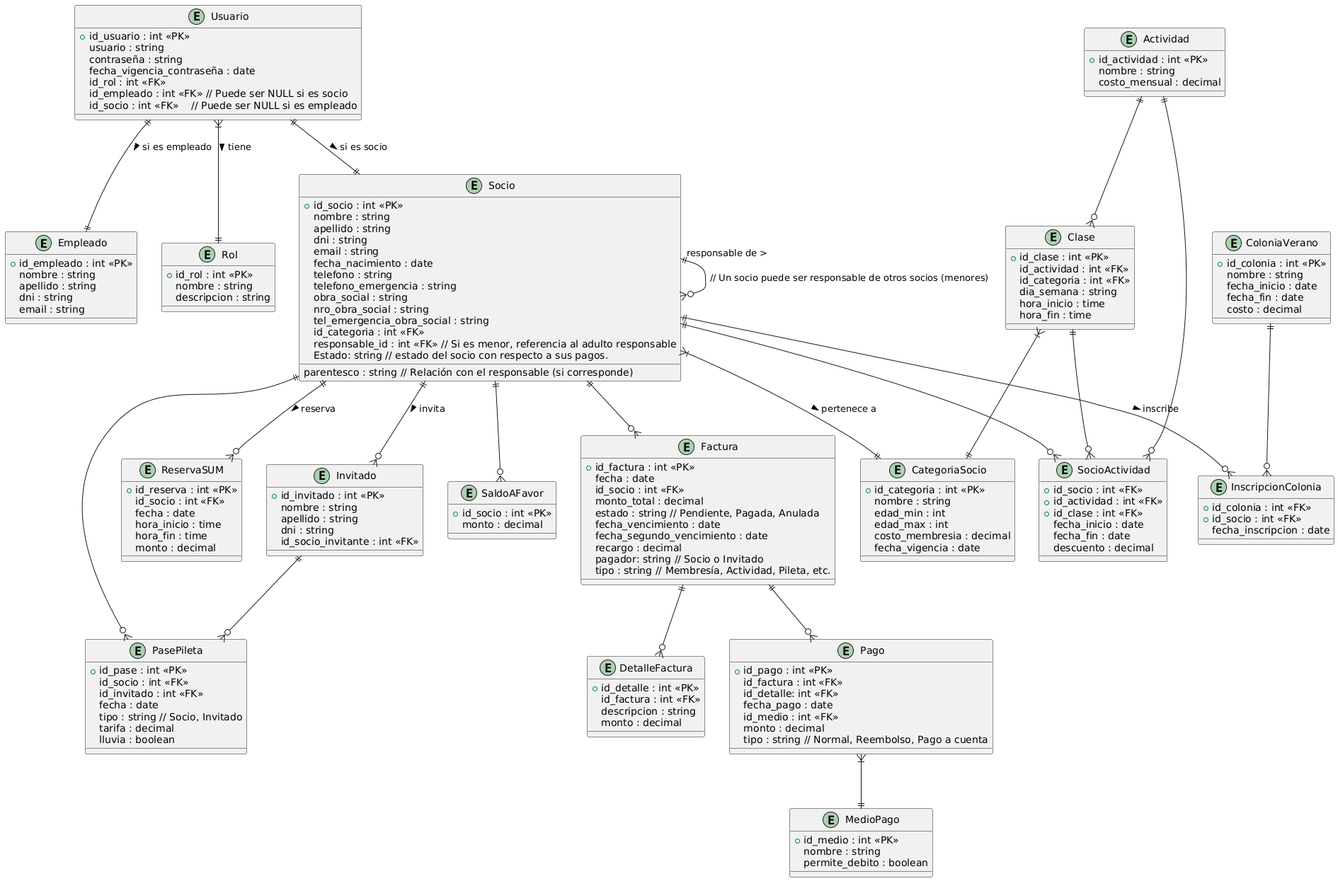
The PlantUML diagram Com2900_Grupo15_Entrega3.png in jeremias256/g15ddbba, before a commit.
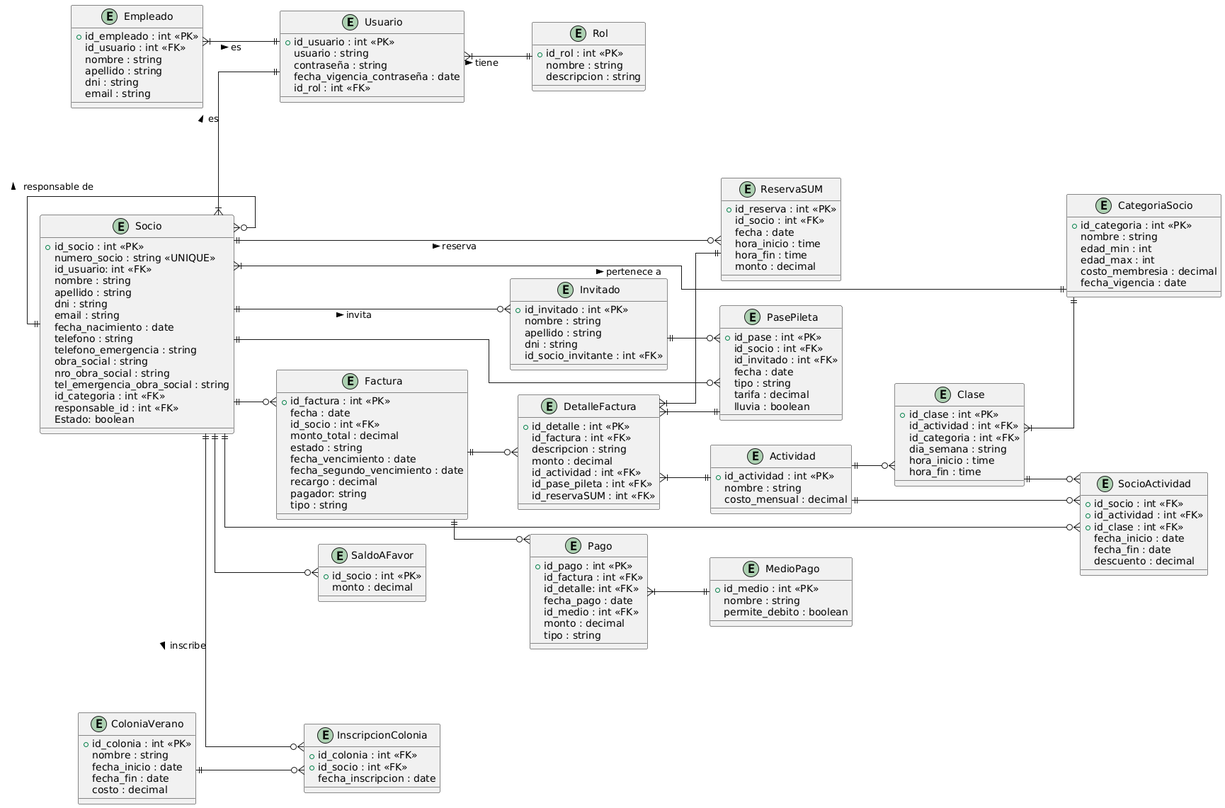
Later version of the same file.

The edit, as a diff of the source:
```diff
@@ -1,10 +1,15 @@
 @startuml
-entity Empleado {
-  +id_empleado : int <<PK>>
-  nombre : string
-  apellido : string
-  dni : string
-  email : string
+left to right direction
+skinparam linetype ortho
+skinparam shadowing false
+skinparam defaultTextAlignment center
+
+entity Usuario {
+  +id_usuario : int <<PK>>
+  usuario : string
+  contraseña : string
+  fecha_vigencia_contraseña : date
+  id_rol : int <<FK>>
 }
 
 entity Rol {
@@ -13,18 +18,19 @@
   descripcion : string
 }
 
-entity Usuario {
-  +id_usuario : int <<PK>>
-  usuario : string
-  contraseña : string
-  fecha_vigencia_contraseña : date
-  id_rol : int <<FK>>
-  id_empleado : int <<FK>> // Puede ser NULL si es socio
-  id_socio : int <<FK>>    // Puede ser NULL si es empleado
+entity Empleado {
+  +id_empleado : int <<PK>>
+  id_usuario : int <<FK>>
+  nombre : string
+  apellido : string
+  dni : string
+  email : string
 }
 
 entity Socio {
   +id_socio : int <<PK>>
+  numero_socio : string <<UNIQUE>>
+  id_usuario: int <<FK>>
   nombre : string
   apellido : string
   dni : string
@@ -36,9 +42,8 @@
   nro_obra_social : string
   tel_emergencia_obra_social : string
   id_categoria : int <<FK>>
-  responsable_id : int <<FK>> // Si es menor, referencia al adulto responsable
-  Estado: string // estado del socio con respecto a sus pagos.
-  parentesco : string // Relación con el responsable (si corresponde)
+  responsable_id : int <<FK>>
+  Estado: boolean
 }
 
 entity CategoriaSocio {
@@ -79,12 +84,12 @@
   fecha : date
   id_socio : int <<FK>>
   monto_total : decimal
-  estado : string // Pendiente, Pagada, Anulada
+  estado : string
   fecha_vencimiento : date
   fecha_segundo_vencimiento : date
   recargo : decimal
-  pagador: string // Socio o Invitado
-  tipo : string // Membresía, Actividad, Pileta, etc.
+  pagador: string
+  tipo : string
 }
 
 entity DetalleFactura {
@@ -92,12 +97,9 @@
   id_factura : int <<FK>>
   descripcion : string
   monto : decimal
-}
-
-entity MedioPago {
-  +id_medio : int <<PK>>
-  nombre : string
-  permite_debito : boolean
+  id_actividad : int <<FK>>
+  id_pase_pileta : int <<FK>>
+  id_reservaSUM : int <<FK>>
 }
 
 entity Pago {
@@ -107,7 +109,13 @@
   fecha_pago : date
   id_medio : int <<FK>>
   monto : decimal
-  tipo : string // Normal, Reembolso, Pago a cuenta
+  tipo : string
+}
+
+entity MedioPago {
+  +id_medio : int <<PK>>
+  nombre : string
+  permite_debito : boolean
 }
 
 entity SaldoAFavor {
@@ -128,7 +136,7 @@
   id_socio : int <<FK>>
   id_invitado : int <<FK>>
   fecha : date
-  tipo : string // Socio, Invitado
+  tipo : string
   tarifa : decimal
   lluvia : boolean
 }
@@ -157,25 +165,28 @@
 }
 
 Usuario }|--|| Rol : "tiene >"
-Usuario ||--|| Empleado : "si es empleado >"
-Usuario ||--|| Socio : "si es socio >"
-
-Socio ||--o{ Socio : "responsable de >" // Un socio puede ser responsable de otros socios (menores)
-Socio ||--o{ SocioActividad : ""
-Actividad ||--o{ SocioActividad : ""
-Clase ||--o{ SocioActividad : ""
-Actividad ||--o{ Clase : ""
-Clase }|--|| CategoriaSocio : ""
+Empleado }|--|| Usuario : "es >"
+Socio }|--|| Usuario : "es >"
+Socio ||--o{ Socio : "responsable de >"
+Socio ||--o{ SocioActividad
+Actividad ||--o{ SocioActividad
+Clase ||--o{ SocioActividad
+Actividad ||--o{ Clase
+Clase }|--|| CategoriaSocio
 Socio }|--|| CategoriaSocio : "pertenece a >"
-Socio ||--o{ Factura : ""
-Factura ||--o{ DetalleFactura : ""
-Factura ||--o{ Pago : ""
-Pago }|--|| MedioPago : ""
-Socio ||--o{ SaldoAFavor : ""
-Socio ||--o{ PasePileta : ""
-Invitado ||--o{ PasePileta : ""
+Socio ||--o{ Factura
+Factura ||--o{ DetalleFactura
+Factura ||--o{ Pago
+Pago }|--|| MedioPago
+Socio ||--o{ SaldoAFavor
+Socio ||--o{ PasePileta
+Invitado ||--o{ PasePileta
 Socio ||--o{ Invitado : "invita >"
 Socio ||--o{ ReservaSUM : "reserva >"
 Socio ||--o{ InscripcionColonia : "inscribe >"
-ColoniaVerano ||--o{ InscripcionColonia : ""
+ColoniaVerano ||--o{ InscripcionColonia
+
+DetalleFactura }|--|| Actividad
+DetalleFactura }|--|| PasePileta
+DetalleFactura }|--|| ReservaSUM
 @enduml
```
